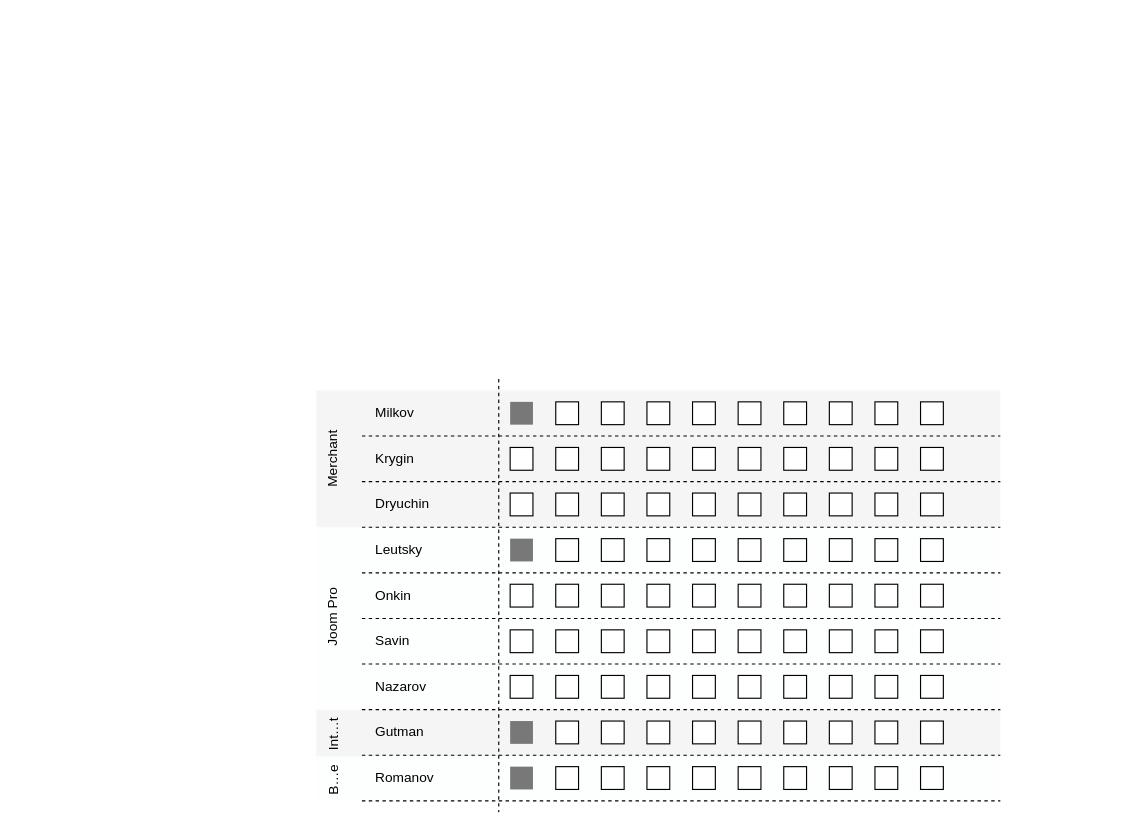
Above: design-flow.drawio in ajile/draw-io (draw.io), before the change. Source tidied: cells renumbered, new cells numbered last; positions are measured from the earlier drawing's top-left corner, leaving out a move shared by most shapes. Both pictures are drawn from the tidied source at 114%, with x=0, y=0 at pixel (243, 378).
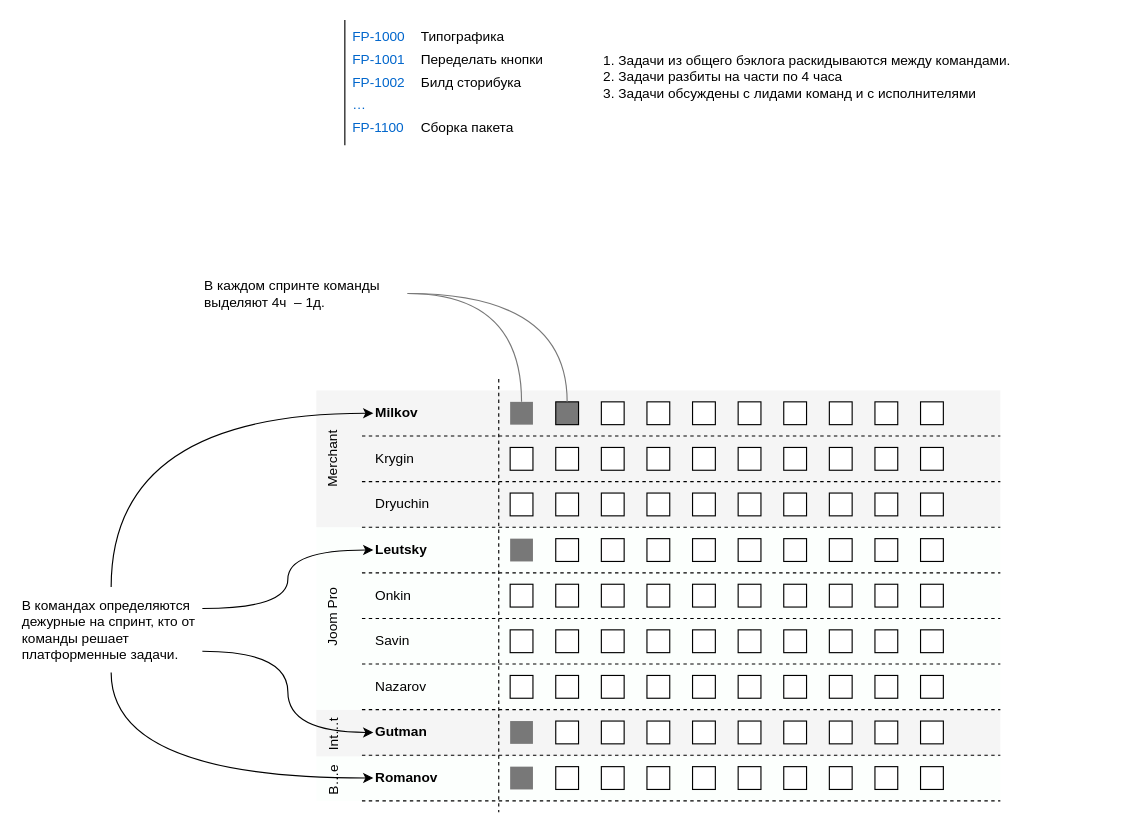
After the change.

Unchanged cells that the change refers to:
```xml
<mxCell id="9" style="rounded=0;whiteSpace=wrap;html=1;fillColor=#787878;strokeColor=none;" parent="1" vertex="1">
  <mxGeometry x="234" y="20" width="20" height="20" as="geometry" />
</mxCell>
```

Diff of the diagram source:
```diff
@@
-    <mxCell id="6" value="Milkov" style="text;html=1;strokeColor=none;fillColor=none;align=left;verticalAlign=middle;whiteSpace=wrap;rounded=0;" parent="1" vertex="1">
+    <mxCell id="6" value="&lt;b&gt;Milkov&lt;/b&gt;" style="text;html=1;strokeColor=none;fillColor=none;align=left;verticalAlign=middle;whiteSpace=wrap;rounded=0;" parent="1" vertex="1">
       <mxGeometry x="114" y="15" width="110" height="30" as="geometry" />
     </mxCell>
@@
-    <mxCell id="10" style="rounded=0;whiteSpace=wrap;html=1;" parent="1" vertex="1">
+    <mxCell id="10" style="rounded=0;whiteSpace=wrap;html=1;fillColor=#787878;" parent="1" vertex="1">
       <mxGeometry x="274" y="20" width="20" height="20" as="geometry" />
     </mxCell>
@@
-    <mxCell id="43" value="Leutsky" style="text;html=1;strokeColor=none;fillColor=none;align=left;verticalAlign=middle;whiteSpace=wrap;rounded=0;" parent="1" vertex="1">
+    <mxCell id="43" value="&lt;b&gt;Leutsky&lt;/b&gt;" style="text;html=1;strokeColor=none;fillColor=none;align=left;verticalAlign=middle;whiteSpace=wrap;rounded=0;" parent="1" vertex="1">
       <mxGeometry x="114" y="135" width="110" height="30" as="geometry" />
     </mxCell>
@@
-    <mxCell id="91" value="Gutman" style="text;html=1;strokeColor=none;fillColor=none;align=left;verticalAlign=middle;whiteSpace=wrap;rounded=0;" parent="1" vertex="1">
+    <mxCell id="91" value="&lt;b&gt;Gutman&lt;/b&gt;" style="text;html=1;strokeColor=none;fillColor=none;align=left;verticalAlign=middle;whiteSpace=wrap;rounded=0;" parent="1" vertex="1">
       <mxGeometry x="114" y="295" width="110" height="30" as="geometry" />
     </mxCell>
@@
-    <mxCell id="103" value="Romanov" style="text;html=1;strokeColor=none;fillColor=none;align=left;verticalAlign=middle;whiteSpace=wrap;rounded=0;" parent="1" vertex="1">
+    <mxCell id="103" value="&lt;b&gt;Romanov&lt;/b&gt;" style="text;html=1;strokeColor=none;fillColor=none;align=left;verticalAlign=middle;whiteSpace=wrap;rounded=0;" parent="1" vertex="1">
       <mxGeometry x="114" y="335" width="110" height="30" as="geometry" />
     </mxCell>
@@
+    <mxCell id="119" style="edgeStyle=orthogonalEdgeStyle;rounded=0;jettySize=auto;html=1;entryX=0.5;entryY=0;entryDx=0;entryDy=0;curved=1;endArrow=none;endFill=0;strokeColor=#787878;" parent="1" edge="1" source="120" target="9">
+      <mxGeometry relative="1" as="geometry" />
+    </mxCell>
+    <mxCell id="120" value="В каждом спринте команды выделяют 4ч&amp;nbsp; – 1д." style="text;html=1;strokeColor=none;fillColor=none;align=left;verticalAlign=middle;whiteSpace=wrap;rounded=0;" parent="1" vertex="1">
+      <mxGeometry x="-36" y="-100" width="180" height="50" as="geometry" />
+    </mxCell>
+    <mxCell id="121" style="edgeStyle=orthogonalEdgeStyle;rounded=0;jettySize=auto;html=1;entryX=0.5;entryY=0;entryDx=0;entryDy=0;curved=1;endArrow=none;endFill=0;strokeColor=#787878;" parent="1" edge="1" source="120" target="10">
+      <mxGeometry relative="1" as="geometry" />
+    </mxCell>
+    <mxCell id="122" value="FP-1000" style="text;html=1;strokeColor=none;fillColor=none;align=left;verticalAlign=middle;whiteSpace=wrap;rounded=0;fontColor=#0066CC;" parent="1" vertex="1">
+      <mxGeometry x="94" y="-310" width="60" height="20" as="geometry" />
+    </mxCell>
+    <mxCell id="123" value="FP-1001" style="text;html=1;strokeColor=none;fillColor=none;align=left;verticalAlign=middle;whiteSpace=wrap;rounded=0;fontColor=#0066CC;" parent="1" vertex="1">
+      <mxGeometry x="94" y="-290" width="60" height="20" as="geometry" />
+    </mxCell>
+    <mxCell id="124" value="FP-1002" style="text;html=1;strokeColor=none;fillColor=none;align=left;verticalAlign=middle;whiteSpace=wrap;rounded=0;fontColor=#0066CC;" parent="1" vertex="1">
+      <mxGeometry x="94" y="-270" width="60" height="20" as="geometry" />
+    </mxCell>
+    <mxCell id="125" value="…" style="text;html=1;strokeColor=none;fillColor=none;align=left;verticalAlign=middle;whiteSpace=wrap;rounded=0;fontColor=#0066CC;" parent="1" vertex="1">
+      <mxGeometry x="94" y="-250" width="60" height="20" as="geometry" />
+    </mxCell>
+    <mxCell id="126" value="FP-1100" style="text;html=1;strokeColor=none;fillColor=none;align=left;verticalAlign=middle;whiteSpace=wrap;rounded=0;fontColor=#0066CC;" parent="1" vertex="1">
+      <mxGeometry x="94" y="-230" width="60" height="20" as="geometry" />
+    </mxCell>
+    <mxCell id="127" value="Типографика" style="text;html=1;strokeColor=none;fillColor=none;align=left;verticalAlign=middle;whiteSpace=wrap;rounded=0;" parent="1" vertex="1">
+      <mxGeometry x="154" y="-308" width="340" height="15" as="geometry" />
+    </mxCell>
+    <mxCell id="128" value="Переделать кнопки" style="text;html=1;strokeColor=none;fillColor=none;align=left;verticalAlign=middle;whiteSpace=wrap;rounded=0;" parent="1" vertex="1">
+      <mxGeometry x="154" y="-288" width="340" height="15" as="geometry" />
+    </mxCell>
+    <mxCell id="129" value="Билд сторибука" style="text;html=1;strokeColor=none;fillColor=none;align=left;verticalAlign=middle;whiteSpace=wrap;rounded=0;" parent="1" vertex="1">
+      <mxGeometry x="154" y="-268" width="340" height="15" as="geometry" />
+    </mxCell>
+    <mxCell id="130" value="Сборка пакета" style="text;html=1;strokeColor=none;fillColor=none;align=left;verticalAlign=middle;whiteSpace=wrap;rounded=0;" parent="1" vertex="1">
+      <mxGeometry x="154" y="-228" width="340" height="15" as="geometry" />
+    </mxCell>
+    <mxCell id="131" style="endArrow=none;html=1;rounded=0;" parent="1" edge="1">
+      <mxGeometry relative="1" as="geometry">
+        <mxPoint x="89" y="-205" as="sourcePoint" />
+        <mxPoint x="89" y="-315" as="targetPoint" />
+      </mxGeometry>
+    </mxCell>
+    <mxCell id="132" value="1. Задачи из общего бэклога раскидываются между командами.&lt;br&gt;2. Задачи разбиты на части по 4 часа&lt;br&gt;3. Задачи обсуждены с лидами команд и с исполнителями" style="text;html=1;strokeColor=none;fillColor=none;align=left;verticalAlign=middle;whiteSpace=wrap;rounded=0;" parent="1" vertex="1">
+      <mxGeometry x="314" y="-290" width="440" height="50" as="geometry" />
+    </mxCell>
+    <mxCell id="133" style="edgeStyle=orthogonalEdgeStyle;rounded=0;jettySize=auto;html=1;entryX=0;entryY=0.5;entryDx=0;entryDy=0;curved=1;exitX=0.5;exitY=0;exitDx=0;exitDy=0;" parent="1" edge="1" source="137" target="6">
+      <mxGeometry relative="1" as="geometry" />
+    </mxCell>
+    <mxCell id="134" style="edgeStyle=orthogonalEdgeStyle;rounded=0;jettySize=auto;html=1;entryX=0;entryY=0.5;entryDx=0;entryDy=0;curved=1;exitX=1;exitY=0.25;exitDx=0;exitDy=0;" parent="1" edge="1" source="137" target="43">
+      <mxGeometry relative="1" as="geometry" />
+    </mxCell>
+    <mxCell id="135" style="edgeStyle=orthogonalEdgeStyle;rounded=0;jettySize=auto;html=1;entryX=0;entryY=0.5;entryDx=0;entryDy=0;curved=1;exitX=1;exitY=0.75;exitDx=0;exitDy=0;" parent="1" edge="1" source="137" target="91">
+      <mxGeometry relative="1" as="geometry" />
+    </mxCell>
+    <mxCell id="136" style="edgeStyle=orthogonalEdgeStyle;rounded=0;jettySize=auto;html=1;entryX=0;entryY=0.5;entryDx=0;entryDy=0;curved=1;exitX=0.5;exitY=1;exitDx=0;exitDy=0;" parent="1" edge="1" source="137" target="103">
+      <mxGeometry relative="1" as="geometry" />
+    </mxCell>
+    <mxCell id="137" value="В командах определяются дежурные на спринт, кто от команды решает платформенные задачи." style="text;html=1;strokeColor=none;fillColor=none;align=left;verticalAlign=middle;whiteSpace=wrap;rounded=0;" parent="1" vertex="1">
+      <mxGeometry x="-196" y="182.5" width="160" height="75" as="geometry" />
+    </mxCell>
```
